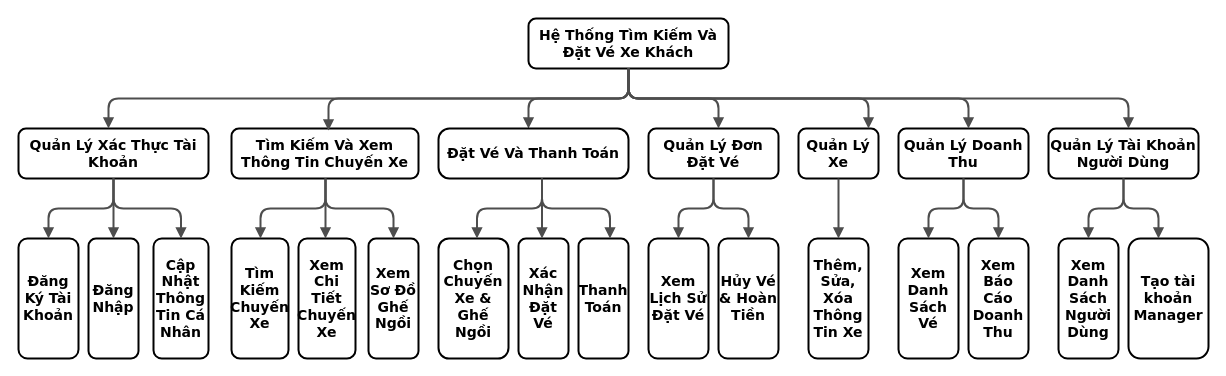
This is bieudophanra.drawio from anhquan1111/PBL3, a draw.io file, before an edit. Source tidied: cells renumbered, new cells numbered last; positions are measured from the earlier drawing's top-left corner, leaving out a move shared by most shapes. Both pictures are drawn from the tidied source at 100%, with x=0, y=0 at pixel (18, 18).
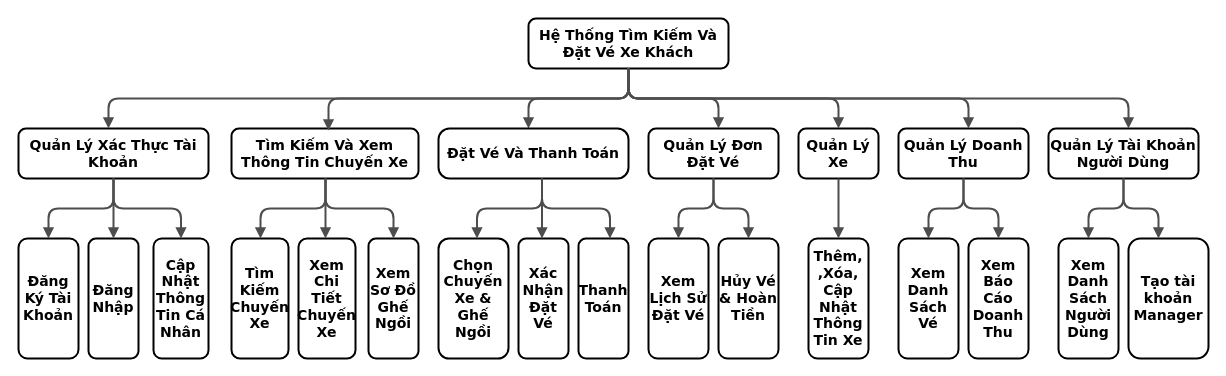
After the change.

Commit message:
Cập nhật bieudophanra.drawio

Unchanged cells that the change refers to:
```xml
<mxCell id="7" value="&lt;font&gt;Hệ Thống Tìm Kiếm Và Đặt Vé Xe Khách&lt;/font&gt;" style="whiteSpace=wrap;html=1;rounded=1;shadow=0;comic=0;strokeWidth=2;fontFamily=Verdana;align=center;fontSize=14;fontStyle=1;" parent="1" vertex="1">
  <mxGeometry x="510" width="200" height="50" as="geometry" />
</mxCell>
<mxCell id="20" value="Quản Lý Xe" style="whiteSpace=wrap;html=1;rounded=1;shadow=0;comic=0;strokeWidth=2;fontFamily=Verdana;align=center;fontSize=14;fontStyle=1;" parent="1" vertex="1">
  <mxGeometry x="780" y="110" width="80" height="50" as="geometry" />
</mxCell>
```

Diff of the diagram source:
```diff
@@
-    <mxCell id="19" value="Thêm, Sửa, Xóa Thông Tin Xe" style="whiteSpace=wrap;html=1;rounded=1;shadow=0;comic=0;strokeWidth=2;fontFamily=Verdana;align=center;fontSize=14;fontStyle=1;" parent="1" vertex="1">
+    <mxCell id="19" value="Thêm, ,Xóa, Cập Nhật Thông Tin Xe" style="whiteSpace=wrap;html=1;rounded=1;shadow=0;comic=0;strokeWidth=2;fontFamily=Verdana;align=center;fontSize=14;fontStyle=1;" parent="1" vertex="1">
       <mxGeometry x="790" y="220" width="60" height="120" as="geometry" />
     </mxCell>
@@
-    <mxCell id="28" style="edgeStyle=orthogonalEdgeStyle;rounded=1;html=1;labelBackgroundColor=none;endArrow=block;endFill=1;strokeColor=#4D4D4D;strokeWidth=2;fontFamily=Verdana;fontSize=14;fontStyle=1;exitX=0.5;exitY=1;exitDx=0;exitDy=0;" parent="1" edge="1" source="7">
+    <mxCell id="28" style="edgeStyle=orthogonalEdgeStyle;rounded=1;html=1;labelBackgroundColor=none;endArrow=block;endFill=1;strokeColor=#4D4D4D;strokeWidth=2;fontFamily=Verdana;fontSize=14;fontStyle=1;exitX=0.5;exitY=1;exitDx=0;exitDy=0;entryX=0.5;entryY=0;entryDx=0;entryDy=0;" parent="1" edge="1" source="7" target="20">
       <mxGeometry relative="1" as="geometry">
-        <mxPoint x="850" y="110" as="targetPoint" />
         <Array as="points">
           <mxPoint x="610" y="80" />
-          <mxPoint x="850" y="80" />
-          <mxPoint x="850" y="110" />
+          <mxPoint x="820" y="80" />
         </Array>
       </mxGeometry>
     </mxCell>
```
